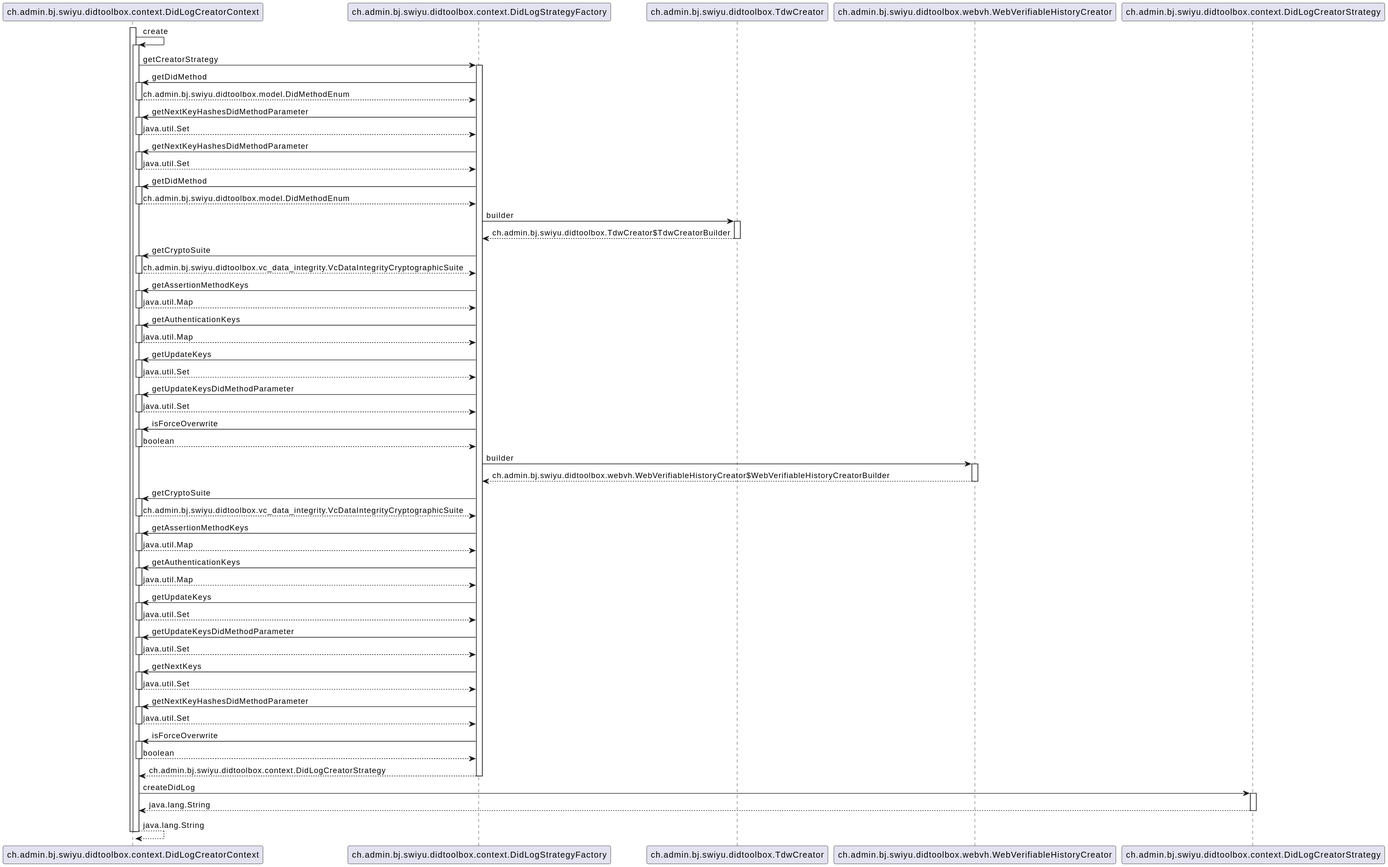
The PlantUML diagram src/main/plantuml/DidLogCreatorContext-create.svg in swiyu-admin-ch/didtoolbox-java, before a commit. Source of this version:
```plantuml
@startuml
participant ch.admin.bj.swiyu.didtoolbox.context.DidLogCreatorContext
participant ch.admin.bj.swiyu.didtoolbox.context.DidLogStrategyFactory
participant ch.admin.bj.swiyu.didtoolbox.TdwCreator
participant ch.admin.bj.swiyu.didtoolbox.webvh.WebVerifiableHistoryCreator
participant ch.admin.bj.swiyu.didtoolbox.context.DidLogCreatorStrategy

activate ch.admin.bj.swiyu.didtoolbox.context.DidLogCreatorContext
	ch.admin.bj.swiyu.didtoolbox.context.DidLogCreatorContext -> ch.admin.bj.swiyu.didtoolbox.context.DidLogCreatorContext : create
	activate ch.admin.bj.swiyu.didtoolbox.context.DidLogCreatorContext
		ch.admin.bj.swiyu.didtoolbox.context.DidLogCreatorContext -> ch.admin.bj.swiyu.didtoolbox.context.DidLogStrategyFactory : getCreatorStrategy
		activate ch.admin.bj.swiyu.didtoolbox.context.DidLogStrategyFactory
			ch.admin.bj.swiyu.didtoolbox.context.DidLogStrategyFactory -> ch.admin.bj.swiyu.didtoolbox.context.DidLogCreatorContext : getDidMethod
			activate ch.admin.bj.swiyu.didtoolbox.context.DidLogCreatorContext
				ch.admin.bj.swiyu.didtoolbox.context.DidLogCreatorContext --> ch.admin.bj.swiyu.didtoolbox.context.DidLogStrategyFactory : ch.admin.bj.swiyu.didtoolbox.model.DidMethodEnum
			deactivate ch.admin.bj.swiyu.didtoolbox.context.DidLogCreatorContext
			ch.admin.bj.swiyu.didtoolbox.context.DidLogStrategyFactory -> ch.admin.bj.swiyu.didtoolbox.context.DidLogCreatorContext : getNextKeyHashesDidMethodParameter
			activate ch.admin.bj.swiyu.didtoolbox.context.DidLogCreatorContext
				ch.admin.bj.swiyu.didtoolbox.context.DidLogCreatorContext --> ch.admin.bj.swiyu.didtoolbox.context.DidLogStrategyFactory : java.util.Set
			deactivate ch.admin.bj.swiyu.didtoolbox.context.DidLogCreatorContext
			ch.admin.bj.swiyu.didtoolbox.context.DidLogStrategyFactory -> ch.admin.bj.swiyu.didtoolbox.context.DidLogCreatorContext : getNextKeyHashesDidMethodParameter
			activate ch.admin.bj.swiyu.didtoolbox.context.DidLogCreatorContext
				ch.admin.bj.swiyu.didtoolbox.context.DidLogCreatorContext --> ch.admin.bj.swiyu.didtoolbox.context.DidLogStrategyFactory : java.util.Set
			deactivate ch.admin.bj.swiyu.didtoolbox.context.DidLogCreatorContext
			ch.admin.bj.swiyu.didtoolbox.context.DidLogStrategyFactory -> ch.admin.bj.swiyu.didtoolbox.context.DidLogCreatorContext : getDidMethod
			activate ch.admin.bj.swiyu.didtoolbox.context.DidLogCreatorContext
				ch.admin.bj.swiyu.didtoolbox.context.DidLogCreatorContext --> ch.admin.bj.swiyu.didtoolbox.context.DidLogStrategyFactory : ch.admin.bj.swiyu.didtoolbox.model.DidMethodEnum
			deactivate ch.admin.bj.swiyu.didtoolbox.context.DidLogCreatorContext
			ch.admin.bj.swiyu.didtoolbox.context.DidLogStrategyFactory -> ch.admin.bj.swiyu.didtoolbox.TdwCreator : builder
			activate ch.admin.bj.swiyu.didtoolbox.TdwCreator
				ch.admin.bj.swiyu.didtoolbox.TdwCreator --> ch.admin.bj.swiyu.didtoolbox.context.DidLogStrategyFactory : ch.admin.bj.swiyu.didtoolbox.TdwCreator$TdwCreatorBuilder
			deactivate ch.admin.bj.swiyu.didtoolbox.TdwCreator
			ch.admin.bj.swiyu.didtoolbox.context.DidLogStrategyFactory -> ch.admin.bj.swiyu.didtoolbox.context.DidLogCreatorContext : getCryptoSuite
			activate ch.admin.bj.swiyu.didtoolbox.context.DidLogCreatorContext
				ch.admin.bj.swiyu.didtoolbox.context.DidLogCreatorContext --> ch.admin.bj.swiyu.didtoolbox.context.DidLogStrategyFactory : ch.admin.bj.swiyu.didtoolbox.vc_data_integrity.VcDataIntegrityCryptographicSuite
			deactivate ch.admin.bj.swiyu.didtoolbox.context.DidLogCreatorContext
			ch.admin.bj.swiyu.didtoolbox.context.DidLogStrategyFactory -> ch.admin.bj.swiyu.didtoolbox.context.DidLogCreatorContext : getAssertionMethodKeys
			activate ch.admin.bj.swiyu.didtoolbox.context.DidLogCreatorContext
				ch.admin.bj.swiyu.didtoolbox.context.DidLogCreatorContext --> ch.admin.bj.swiyu.didtoolbox.context.DidLogStrategyFactory : java.util.Map
			deactivate ch.admin.bj.swiyu.didtoolbox.context.DidLogCreatorContext
			ch.admin.bj.swiyu.didtoolbox.context.DidLogStrategyFactory -> ch.admin.bj.swiyu.didtoolbox.context.DidLogCreatorContext : getAuthenticationKeys
			activate ch.admin.bj.swiyu.didtoolbox.context.DidLogCreatorContext
				ch.admin.bj.swiyu.didtoolbox.context.DidLogCreatorContext --> ch.admin.bj.swiyu.didtoolbox.context.DidLogStrategyFactory : java.util.Map
			deactivate ch.admin.bj.swiyu.didtoolbox.context.DidLogCreatorContext
			ch.admin.bj.swiyu.didtoolbox.context.DidLogStrategyFactory -> ch.admin.bj.swiyu.didtoolbox.context.DidLogCreatorContext : getUpdateKeys
			activate ch.admin.bj.swiyu.didtoolbox.context.DidLogCreatorContext
				ch.admin.bj.swiyu.didtoolbox.context.DidLogCreatorContext --> ch.admin.bj.swiyu.didtoolbox.context.DidLogStrategyFactory : java.util.Set
			deactivate ch.admin.bj.swiyu.didtoolbox.context.DidLogCreatorContext
			ch.admin.bj.swiyu.didtoolbox.context.DidLogStrategyFactory -> ch.admin.bj.swiyu.didtoolbox.context.DidLogCreatorContext : getUpdateKeysDidMethodParameter
			activate ch.admin.bj.swiyu.didtoolbox.context.DidLogCreatorContext
				ch.admin.bj.swiyu.didtoolbox.context.DidLogCreatorContext --> ch.admin.bj.swiyu.didtoolbox.context.DidLogStrategyFactory : java.util.Set
			deactivate ch.admin.bj.swiyu.didtoolbox.context.DidLogCreatorContext
			ch.admin.bj.swiyu.didtoolbox.context.DidLogStrategyFactory -> ch.admin.bj.swiyu.didtoolbox.context.DidLogCreatorContext : isForceOverwrite
			activate ch.admin.bj.swiyu.didtoolbox.context.DidLogCreatorContext
				ch.admin.bj.swiyu.didtoolbox.context.DidLogCreatorContext --> ch.admin.bj.swiyu.didtoolbox.context.DidLogStrategyFactory : boolean
			deactivate ch.admin.bj.swiyu.didtoolbox.context.DidLogCreatorContext
			ch.admin.bj.swiyu.didtoolbox.context.DidLogStrategyFactory -> ch.admin.bj.swiyu.didtoolbox.webvh.WebVerifiableHistoryCreator : builder
			activate ch.admin.bj.swiyu.didtoolbox.webvh.WebVerifiableHistoryCreator
				ch.admin.bj.swiyu.didtoolbox.webvh.WebVerifiableHistoryCreator --> ch.admin.bj.swiyu.didtoolbox.context.DidLogStrategyFactory : ch.admin.bj.swiyu.didtoolbox.webvh.WebVerifiableHistoryCreator$WebVerifiableHistoryCreatorBuilder
			deactivate ch.admin.bj.swiyu.didtoolbox.webvh.WebVerifiableHistoryCreator
			ch.admin.bj.swiyu.didtoolbox.context.DidLogStrategyFactory -> ch.admin.bj.swiyu.didtoolbox.context.DidLogCreatorContext : getCryptoSuite
			activate ch.admin.bj.swiyu.didtoolbox.context.DidLogCreatorContext
				ch.admin.bj.swiyu.didtoolbox.context.DidLogCreatorContext --> ch.admin.bj.swiyu.didtoolbox.context.DidLogStrategyFactory : ch.admin.bj.swiyu.didtoolbox.vc_data_integrity.VcDataIntegrityCryptographicSuite
			deactivate ch.admin.bj.swiyu.didtoolbox.context.DidLogCreatorContext
			ch.admin.bj.swiyu.didtoolbox.context.DidLogStrategyFactory -> ch.admin.bj.swiyu.didtoolbox.context.DidLogCreatorContext : getAssertionMethodKeys
			activate ch.admin.bj.swiyu.didtoolbox.context.DidLogCreatorContext
				ch.admin.bj.swiyu.didtoolbox.context.DidLogCreatorContext --> ch.admin.bj.swiyu.didtoolbox.context.DidLogStrategyFactory : java.util.Map
			deactivate ch.admin.bj.swiyu.didtoolbox.context.DidLogCreatorContext
			ch.admin.bj.swiyu.didtoolbox.context.DidLogStrategyFactory -> ch.admin.bj.swiyu.didtoolbox.context.DidLogCreatorContext : getAuthenticationKeys
			activate ch.admin.bj.swiyu.didtoolbox.context.DidLogCreatorContext
				ch.admin.bj.swiyu.didtoolbox.context.DidLogCreatorContext --> ch.admin.bj.swiyu.didtoolbox.context.DidLogStrategyFactory : java.util.Map
			deactivate ch.admin.bj.swiyu.didtoolbox.context.DidLogCreatorContext
			ch.admin.bj.swiyu.didtoolbox.context.DidLogStrategyFactory -> ch.admin.bj.swiyu.didtoolbox.context.DidLogCreatorContext : getUpdateKeys
			activate ch.admin.bj.swiyu.didtoolbox.context.DidLogCreatorContext
				ch.admin.bj.swiyu.didtoolbox.context.DidLogCreatorContext --> ch.admin.bj.swiyu.didtoolbox.context.DidLogStrategyFactory : java.util.Set
			deactivate ch.admin.bj.swiyu.didtoolbox.context.DidLogCreatorContext
			ch.admin.bj.swiyu.didtoolbox.context.DidLogStrategyFactory -> ch.admin.bj.swiyu.didtoolbox.context.DidLogCreatorContext : getUpdateKeysDidMethodParameter
			activate ch.admin.bj.swiyu.didtoolbox.context.DidLogCreatorContext
				ch.admin.bj.swiyu.didtoolbox.context.DidLogCreatorContext --> ch.admin.bj.swiyu.didtoolbox.context.DidLogStrategyFactory : java.util.Set
			deactivate ch.admin.bj.swiyu.didtoolbox.context.DidLogCreatorContext
			ch.admin.bj.swiyu.didtoolbox.context.DidLogStrategyFactory -> ch.admin.bj.swiyu.didtoolbox.context.DidLogCreatorContext : getNextKeys
			activate ch.admin.bj.swiyu.didtoolbox.context.DidLogCreatorContext
				ch.admin.bj.swiyu.didtoolbox.context.DidLogCreatorContext --> ch.admin.bj.swiyu.didtoolbox.context.DidLogStrategyFactory : java.util.Set
			deactivate ch.admin.bj.swiyu.didtoolbox.context.DidLogCreatorContext
			ch.admin.bj.swiyu.didtoolbox.context.DidLogStrategyFactory -> ch.admin.bj.swiyu.didtoolbox.context.DidLogCreatorContext : getNextKeyHashesDidMethodParameter
			activate ch.admin.bj.swiyu.didtoolbox.context.DidLogCreatorContext
				ch.admin.bj.swiyu.didtoolbox.context.DidLogCreatorContext --> ch.admin.bj.swiyu.didtoolbox.context.DidLogStrategyFactory : java.util.Set
			deactivate ch.admin.bj.swiyu.didtoolbox.context.DidLogCreatorContext
			ch.admin.bj.swiyu.didtoolbox.context.DidLogStrategyFactory -> ch.admin.bj.swiyu.didtoolbox.context.DidLogCreatorContext : isForceOverwrite
			activate ch.admin.bj.swiyu.didtoolbox.context.DidLogCreatorContext
				ch.admin.bj.swiyu.didtoolbox.context.DidLogCreatorContext --> ch.admin.bj.swiyu.didtoolbox.context.DidLogStrategyFactory : boolean
			deactivate ch.admin.bj.swiyu.didtoolbox.context.DidLogCreatorContext
			ch.admin.bj.swiyu.didtoolbox.context.DidLogStrategyFactory --> ch.admin.bj.swiyu.didtoolbox.context.DidLogCreatorContext : ch.admin.bj.swiyu.didtoolbox.context.DidLogCreatorStrategy
		deactivate ch.admin.bj.swiyu.didtoolbox.context.DidLogStrategyFactory
		ch.admin.bj.swiyu.didtoolbox.context.DidLogCreatorContext -> ch.admin.bj.swiyu.didtoolbox.context.DidLogCreatorStrategy : createDidLog
		activate ch.admin.bj.swiyu.didtoolbox.context.DidLogCreatorStrategy
			ch.admin.bj.swiyu.didtoolbox.context.DidLogCreatorStrategy --> ch.admin.bj.swiyu.didtoolbox.context.DidLogCreatorContext : java.lang.String
		deactivate ch.admin.bj.swiyu.didtoolbox.context.DidLogCreatorStrategy
		ch.admin.bj.swiyu.didtoolbox.context.DidLogCreatorContext --> ch.admin.bj.swiyu.didtoolbox.context.DidLogCreatorContext : java.lang.String
	deactivate ch.admin.bj.swiyu.didtoolbox.context.DidLogCreatorContext
deactivate ch.admin.bj.swiyu.didtoolbox.context.DidLogCreatorContext
@enduml
```
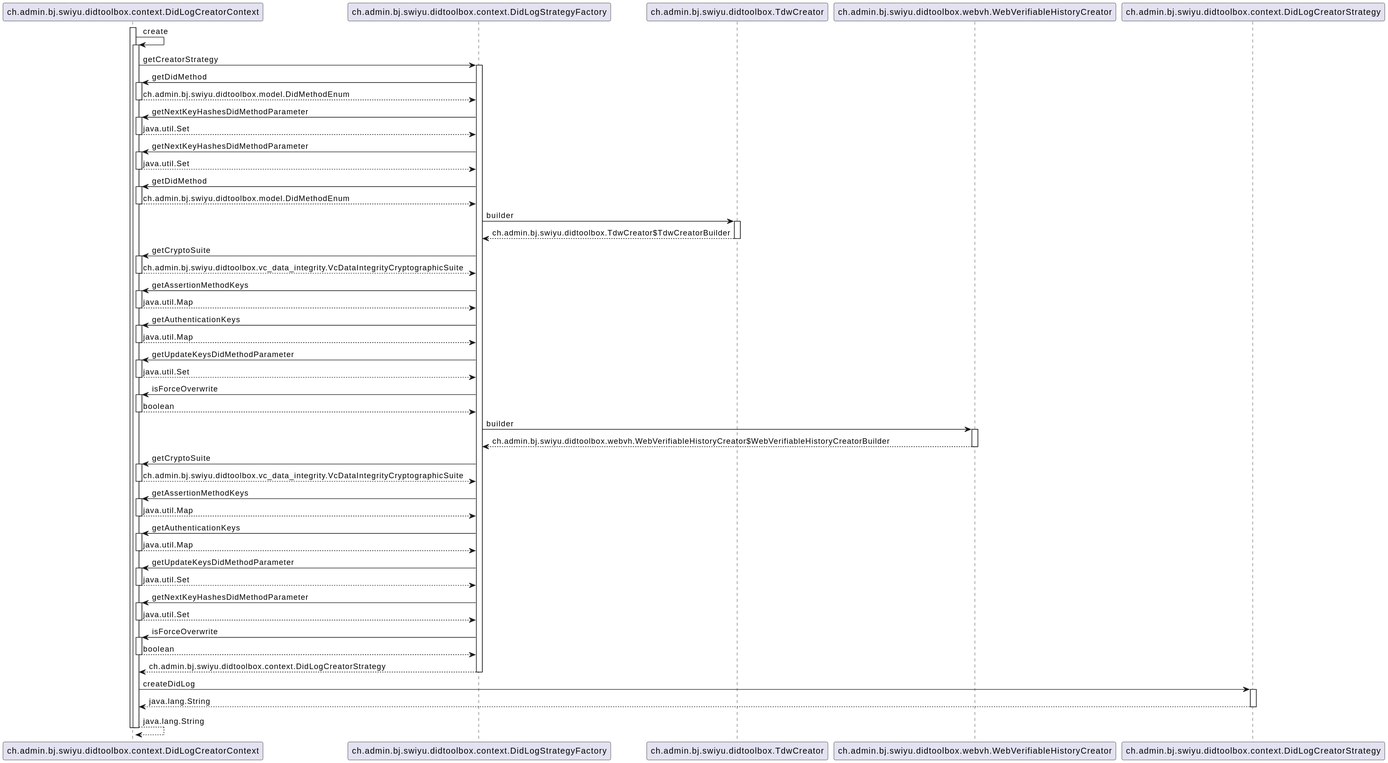
Above is the later version.

What changed in the source:
```diff
@@ -42,10 +42,6 @@
 			activate ch.admin.bj.swiyu.didtoolbox.context.DidLogCreatorContext
 				ch.admin.bj.swiyu.didtoolbox.context.DidLogCreatorContext --> ch.admin.bj.swiyu.didtoolbox.context.DidLogStrategyFactory : java.util.Map
 			deactivate ch.admin.bj.swiyu.didtoolbox.context.DidLogCreatorContext
-			ch.admin.bj.swiyu.didtoolbox.context.DidLogStrategyFactory -> ch.admin.bj.swiyu.didtoolbox.context.DidLogCreatorContext : getUpdateKeys
-			activate ch.admin.bj.swiyu.didtoolbox.context.DidLogCreatorContext
-				ch.admin.bj.swiyu.didtoolbox.context.DidLogCreatorContext --> ch.admin.bj.swiyu.didtoolbox.context.DidLogStrategyFactory : java.util.Set
-			deactivate ch.admin.bj.swiyu.didtoolbox.context.DidLogCreatorContext
 			ch.admin.bj.swiyu.didtoolbox.context.DidLogStrategyFactory -> ch.admin.bj.swiyu.didtoolbox.context.DidLogCreatorContext : getUpdateKeysDidMethodParameter
 			activate ch.admin.bj.swiyu.didtoolbox.context.DidLogCreatorContext
 				ch.admin.bj.swiyu.didtoolbox.context.DidLogCreatorContext --> ch.admin.bj.swiyu.didtoolbox.context.DidLogStrategyFactory : java.util.Set
@@ -70,15 +66,7 @@
 			activate ch.admin.bj.swiyu.didtoolbox.context.DidLogCreatorContext
 				ch.admin.bj.swiyu.didtoolbox.context.DidLogCreatorContext --> ch.admin.bj.swiyu.didtoolbox.context.DidLogStrategyFactory : java.util.Map
 			deactivate ch.admin.bj.swiyu.didtoolbox.context.DidLogCreatorContext
-			ch.admin.bj.swiyu.didtoolbox.context.DidLogStrategyFactory -> ch.admin.bj.swiyu.didtoolbox.context.DidLogCreatorContext : getUpdateKeys
-			activate ch.admin.bj.swiyu.didtoolbox.context.DidLogCreatorContext
-				ch.admin.bj.swiyu.didtoolbox.context.DidLogCreatorContext --> ch.admin.bj.swiyu.didtoolbox.context.DidLogStrategyFactory : java.util.Set
-			deactivate ch.admin.bj.swiyu.didtoolbox.context.DidLogCreatorContext
 			ch.admin.bj.swiyu.didtoolbox.context.DidLogStrategyFactory -> ch.admin.bj.swiyu.didtoolbox.context.DidLogCreatorContext : getUpdateKeysDidMethodParameter
-			activate ch.admin.bj.swiyu.didtoolbox.context.DidLogCreatorContext
-				ch.admin.bj.swiyu.didtoolbox.context.DidLogCreatorContext --> ch.admin.bj.swiyu.didtoolbox.context.DidLogStrategyFactory : java.util.Set
-			deactivate ch.admin.bj.swiyu.didtoolbox.context.DidLogCreatorContext
-			ch.admin.bj.swiyu.didtoolbox.context.DidLogStrategyFactory -> ch.admin.bj.swiyu.didtoolbox.context.DidLogCreatorContext : getNextKeys
 			activate ch.admin.bj.swiyu.didtoolbox.context.DidLogCreatorContext
 				ch.admin.bj.swiyu.didtoolbox.context.DidLogCreatorContext --> ch.admin.bj.swiyu.didtoolbox.context.DidLogStrategyFactory : java.util.Set
 			deactivate ch.admin.bj.swiyu.didtoolbox.context.DidLogCreatorContext
```
